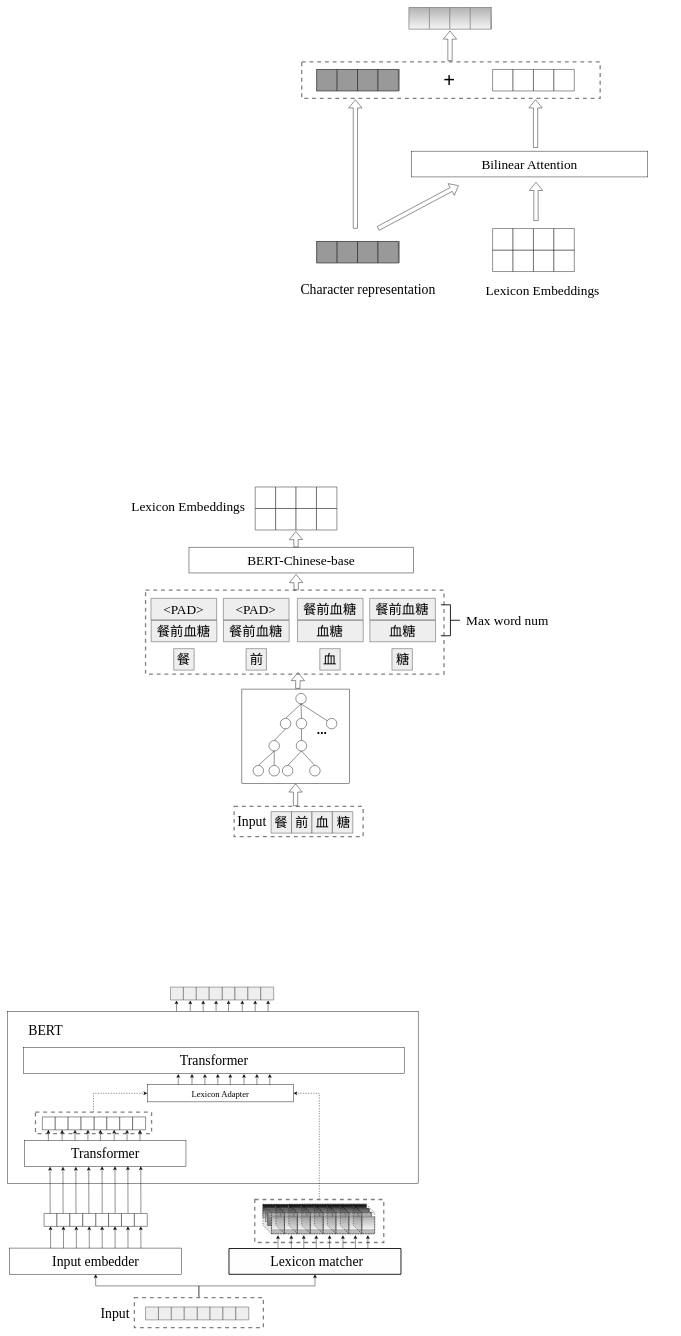
This is NCAA.drawio from JJackMoO/Jackert_draw, a draw.io file, before an edit. Source tidied: cells renumbered, new cells numbered last; positions are measured from the earlier drawing's top-left corner, leaving out a move shared by most shapes. Both pictures are drawn from the tidied source at 43%, with x=0, y=0 at pixel (7, 7).
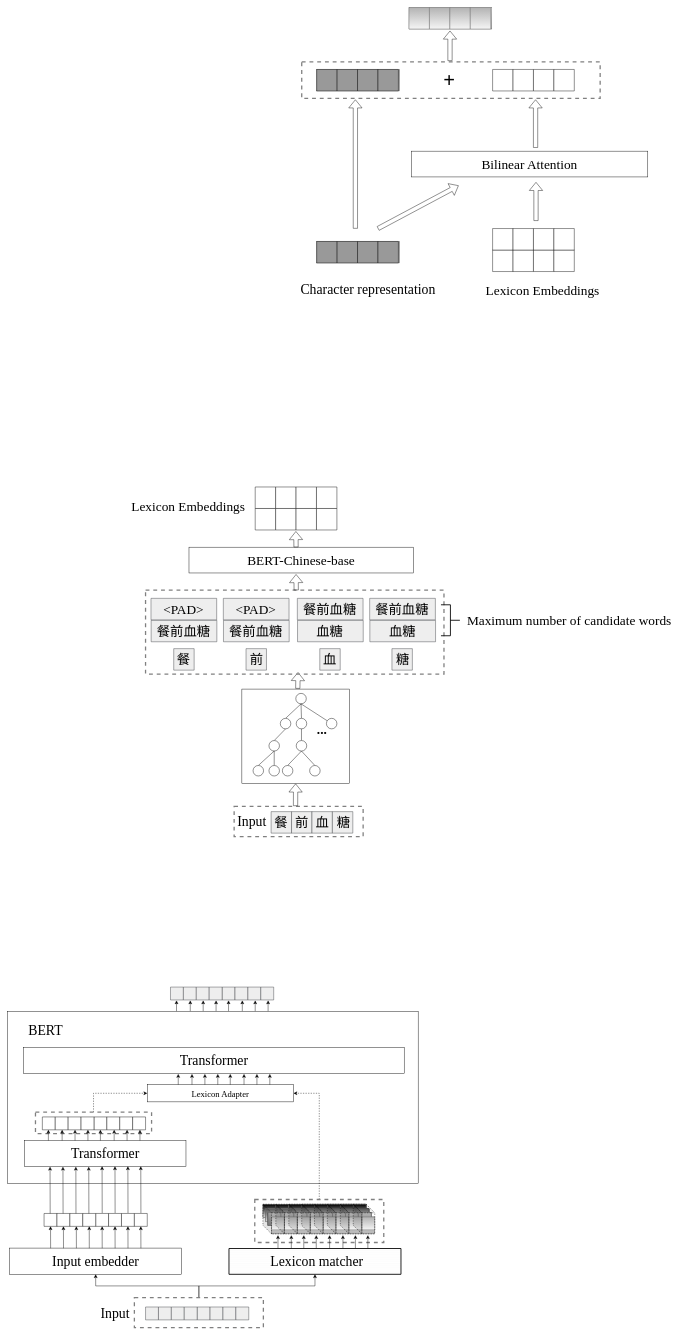
After the change.

Diff of the diagram source:
```diff
@@
-    <mxCell id="395" value="Max word num" style="text;html=1;align=center;verticalAlign=middle;fillColor=none;strokeColor=none;rounded=0;fontFamily=Times New Roman;fontSize=31;" parent="1" vertex="1">
-      <mxGeometry x="1057" y="1400.5" width="209" height="49" as="geometry" />
+    <mxCell id="395" value="Maximum number of candidate words" style="text;html=1;align=center;verticalAlign=middle;fillColor=none;strokeColor=none;rounded=0;fontFamily=Times New Roman;fontSize=31;" parent="1" vertex="1">
+      <mxGeometry x="1063" y="1404.5" width="485" height="41" as="geometry" />
     </mxCell>
```
